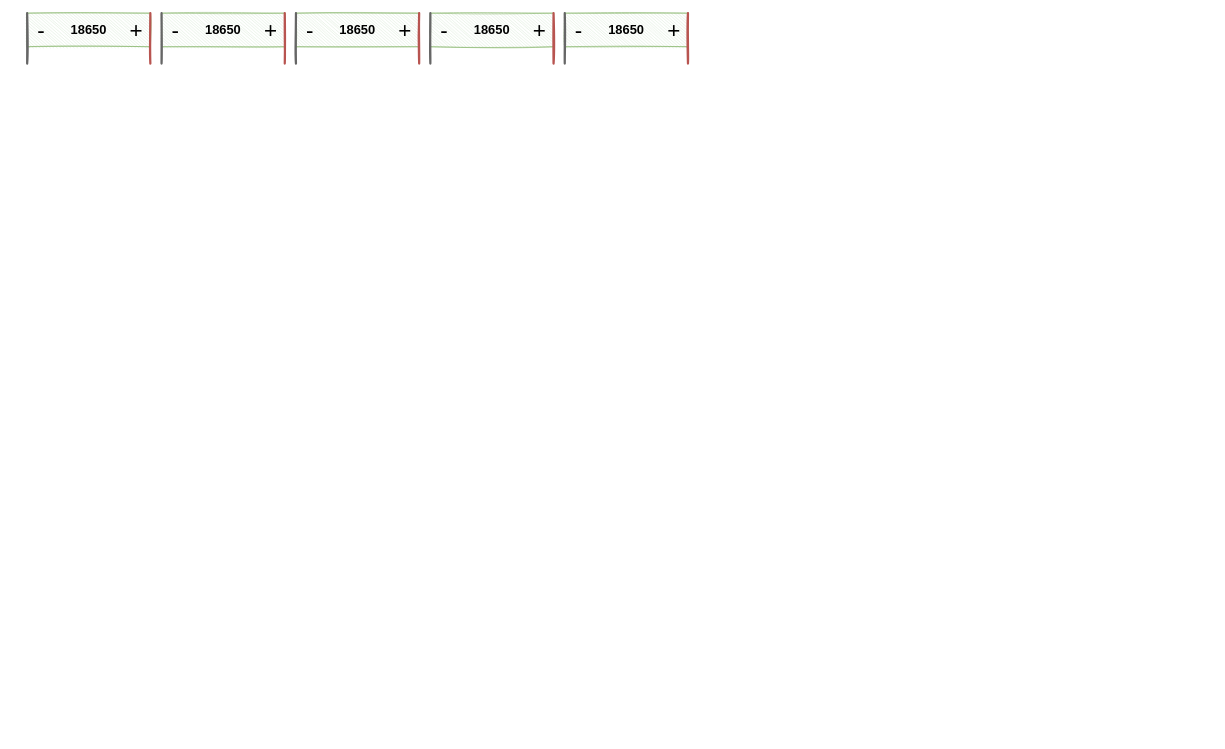
The draw.io diagram cyber.drawio in DoggeBoi/Led_matirx-_clock, before the edit. Source tidied: cells renumbered, new cells numbered last; positions are measured from the earlier drawing's top-left corner, leaving out a move shared by most shapes. Both pictures are drawn from the tidied source at 56%, with x=0, y=0 at pixel (27, 13).
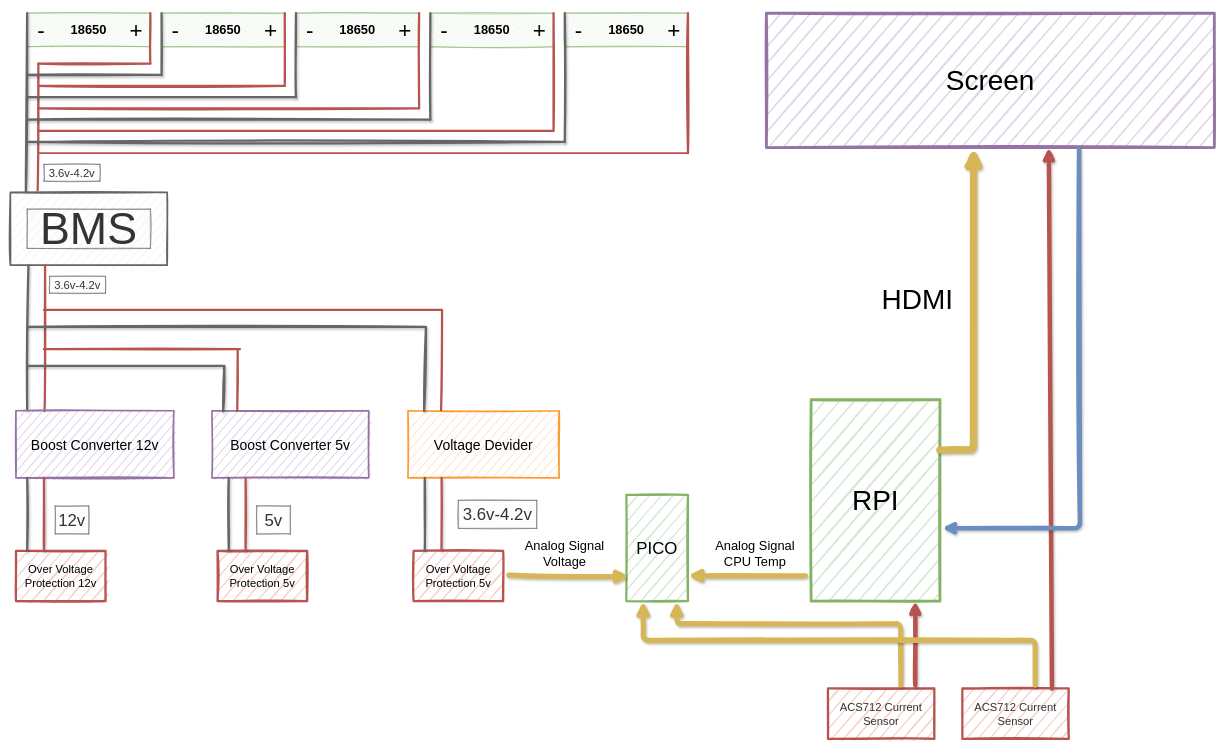
After the change.

Diff of the diagram source:
```diff
@@
-    <mxCell id="6" style="endArrow=none;html=1;strokeWidth=4;sketch=1;fillColor=#f5f5f5;strokeColor=#666666;" parent="1" edge="1">
+    <mxCell id="6" style="endArrow=none;html=1;strokeWidth=4;sketch=1;fillColor=#f5f5f5;strokeColor=#666666;shadow=1;exitX=0.099;exitY=-0.005;exitDx=0;exitDy=0;exitPerimeter=0;" parent="1" edge="1" source="27">
       <mxGeometry relative="1" as="geometry">
-        <mxPoint y="90" as="sourcePoint" />
         <mxPoint as="targetPoint" />
       </mxGeometry>
     </mxCell>
@@
     <mxCell id="10" style="endArrow=none;html=1;strokeWidth=4;sketch=1;fillColor=#f8cecc;strokeColor=#b85450;" parent="1" edge="1">
       <mxGeometry relative="1" as="geometry">
-        <mxPoint x="460" y="90" as="sourcePoint" />
+        <mxPoint x="460" y="130" as="sourcePoint" />
         <mxPoint x="460" as="targetPoint" />
       </mxGeometry>
     </mxCell>
-    <mxCell id="11" style="endArrow=none;html=1;strokeWidth=4;sketch=1;fillColor=#f5f5f5;strokeColor=#666666;" parent="1" edge="1">
+    <mxCell id="11" style="endArrow=none;html=1;strokeWidth=4;sketch=1;fillColor=#f5f5f5;strokeColor=#666666;shadow=1;" parent="1" edge="1">
       <mxGeometry relative="1" as="geometry">
-        <mxPoint x="240" y="90" as="sourcePoint" />
+        <mxPoint x="240" y="110" as="sourcePoint" />
         <mxPoint x="240" as="targetPoint" />
       </mxGeometry>
     </mxCell>
@@
     <mxCell id="15" style="endArrow=none;html=1;strokeWidth=4;sketch=1;fillColor=#f8cecc;strokeColor=#b85450;" parent="1" edge="1">
       <mxGeometry relative="1" as="geometry">
-        <mxPoint x="700" y="90" as="sourcePoint" />
+        <mxPoint x="700" y="170" as="sourcePoint" />
         <mxPoint x="700" as="targetPoint" />
       </mxGeometry>
     </mxCell>
-    <mxCell id="16" style="endArrow=none;html=1;strokeWidth=4;sketch=1;fillColor=#f5f5f5;strokeColor=#666666;" parent="1" edge="1">
+    <mxCell id="16" style="endArrow=none;html=1;strokeWidth=4;sketch=1;fillColor=#f5f5f5;strokeColor=#666666;shadow=1;" parent="1" edge="1">
       <mxGeometry relative="1" as="geometry">
-        <mxPoint x="480" y="90" as="sourcePoint" />
+        <mxPoint x="480" y="150" as="sourcePoint" />
         <mxPoint x="480" as="targetPoint" />
       </mxGeometry>
     </mxCell>
@@
     <mxCell id="20" style="endArrow=none;html=1;strokeWidth=4;sketch=1;fillColor=#f8cecc;strokeColor=#b85450;" parent="1" edge="1">
       <mxGeometry relative="1" as="geometry">
-        <mxPoint x="940" y="90" as="sourcePoint" />
+        <mxPoint x="940" y="210" as="sourcePoint" />
         <mxPoint x="940" as="targetPoint" />
       </mxGeometry>
     </mxCell>
-    <mxCell id="21" style="endArrow=none;html=1;strokeWidth=4;sketch=1;fillColor=#f5f5f5;strokeColor=#666666;" parent="1" edge="1">
+    <mxCell id="21" style="endArrow=none;html=1;strokeWidth=4;sketch=1;fillColor=#f5f5f5;strokeColor=#666666;shadow=1;" parent="1" edge="1">
       <mxGeometry relative="1" as="geometry">
-        <mxPoint x="720" y="90" as="sourcePoint" />
+        <mxPoint x="720" y="190" as="sourcePoint" />
         <mxPoint x="720" as="targetPoint" />
       </mxGeometry>
     </mxCell>
@@
     <mxCell id="25" style="endArrow=none;html=1;strokeWidth=4;sketch=1;fillColor=#f8cecc;strokeColor=#b85450;" parent="1" edge="1">
       <mxGeometry relative="1" as="geometry">
-        <mxPoint x="1180" y="90" as="sourcePoint" />
+        <mxPoint x="1180" y="250" as="sourcePoint" />
         <mxPoint x="1180" as="targetPoint" />
       </mxGeometry>
     </mxCell>
-    <mxCell id="26" style="endArrow=none;html=1;strokeWidth=4;sketch=1;fillColor=#f5f5f5;strokeColor=#666666;" parent="1" edge="1">
+    <mxCell id="26" style="endArrow=none;html=1;strokeWidth=4;sketch=1;fillColor=#f5f5f5;strokeColor=#666666;shadow=1;" parent="1" edge="1">
       <mxGeometry relative="1" as="geometry">
-        <mxPoint x="960" y="90" as="sourcePoint" />
+        <mxPoint x="960" y="230" as="sourcePoint" />
         <mxPoint x="960" as="targetPoint" />
       </mxGeometry>
     </mxCell>
+    <mxCell id="27" style="rounded=0;whiteSpace=wrap;html=1;sketch=1;strokeWidth=3;strokeColor=#666666;fontColor=#333333;fillColor=#f5f5f5;" parent="1" vertex="1">
+      <mxGeometry x="-30" y="320" width="280" height="130" as="geometry" />
+    </mxCell>
+    <mxCell id="28" style="endArrow=none;html=1;strokeWidth=4;sketch=1;fillColor=#f8cecc;strokeColor=#b85450;exitX=0.174;exitY=-0.028;exitDx=0;exitDy=0;exitPerimeter=0;" parent="1" edge="1" source="27">
+      <mxGeometry relative="1" as="geometry">
+        <mxPoint x="20" y="90" as="targetPoint" />
+      </mxGeometry>
+    </mxCell>
+    <mxCell id="29" style="endArrow=none;html=1;strokeWidth=4;sketch=1;fillColor=#f8cecc;strokeColor=#b85450;" parent="1" edge="1">
+      <mxGeometry relative="1" as="geometry">
+        <mxPoint x="20" y="90" as="sourcePoint" />
+        <mxPoint x="220" y="90" as="targetPoint" />
+      </mxGeometry>
+    </mxCell>
+    <mxCell id="30" style="endArrow=none;html=1;strokeWidth=4;sketch=1;fillColor=#f5f5f5;strokeColor=#666666;shadow=1;" parent="1" edge="1">
+      <mxGeometry relative="1" as="geometry">
+        <mxPoint y="110" as="sourcePoint" />
+        <mxPoint x="240" y="110" as="targetPoint" />
+      </mxGeometry>
+    </mxCell>
+    <mxCell id="31" style="endArrow=none;html=1;strokeWidth=4;sketch=1;fillColor=#f8cecc;strokeColor=#b85450;" parent="1" edge="1">
+      <mxGeometry relative="1" as="geometry">
+        <mxPoint x="20" y="130" as="sourcePoint" />
+        <mxPoint x="460" y="130" as="targetPoint" />
+      </mxGeometry>
+    </mxCell>
+    <mxCell id="32" style="endArrow=none;html=1;strokeWidth=4;sketch=1;fillColor=#f5f5f5;strokeColor=#666666;shadow=1;" parent="1" edge="1">
+      <mxGeometry relative="1" as="geometry">
+        <mxPoint y="150" as="sourcePoint" />
+        <mxPoint x="480" y="150" as="targetPoint" />
+      </mxGeometry>
+    </mxCell>
+    <mxCell id="33" style="endArrow=none;html=1;strokeWidth=4;sketch=1;fillColor=#f8cecc;strokeColor=#b85450;" parent="1" edge="1">
+      <mxGeometry relative="1" as="geometry">
+        <mxPoint x="20" y="170" as="sourcePoint" />
+        <mxPoint x="700" y="170" as="targetPoint" />
+      </mxGeometry>
+    </mxCell>
+    <mxCell id="34" style="endArrow=none;html=1;strokeWidth=4;sketch=1;fillColor=#f5f5f5;strokeColor=#666666;shadow=1;" parent="1" edge="1">
+      <mxGeometry relative="1" as="geometry">
+        <mxPoint y="190" as="sourcePoint" />
+        <mxPoint x="720" y="190" as="targetPoint" />
+      </mxGeometry>
+    </mxCell>
+    <mxCell id="35" style="endArrow=none;html=1;strokeWidth=4;sketch=1;fillColor=#f8cecc;strokeColor=#b85450;" parent="1" edge="1">
+      <mxGeometry relative="1" as="geometry">
+        <mxPoint x="20" y="210" as="sourcePoint" />
+        <mxPoint x="940" y="210" as="targetPoint" />
+      </mxGeometry>
+    </mxCell>
+    <mxCell id="36" style="endArrow=none;html=1;strokeWidth=4;sketch=1;fillColor=#f5f5f5;strokeColor=#666666;shadow=1;" parent="1" edge="1">
+      <mxGeometry relative="1" as="geometry">
+        <mxPoint y="230" as="sourcePoint" />
+        <mxPoint x="960" y="230" as="targetPoint" />
+      </mxGeometry>
+    </mxCell>
+    <mxCell id="37" style="endArrow=none;html=1;strokeWidth=3;sketch=1;fillColor=#f8cecc;strokeColor=#b85450;" parent="1" edge="1">
+      <mxGeometry relative="1" as="geometry">
+        <mxPoint x="20" y="250" as="sourcePoint" />
+        <mxPoint x="1180" y="250" as="targetPoint" />
+      </mxGeometry>
+    </mxCell>
+    <mxCell id="38" value="&lt;font style=&quot;font-size: 80px&quot;&gt;BMS&lt;/font&gt;" style="text;html=1;strokeColor=#666666;fillColor=#f5f5f5;align=center;verticalAlign=middle;whiteSpace=wrap;rounded=0;sketch=1;fontColor=#333333;" parent="1" vertex="1">
+      <mxGeometry y="350" width="220" height="70" as="geometry" />
+    </mxCell>
+    <mxCell id="39" value="&lt;font style=&quot;font-size: 20px&quot;&gt;3.6v-4.2v&lt;/font&gt;" style="text;html=1;strokeColor=#666666;fillColor=#f5f5f5;align=center;verticalAlign=middle;whiteSpace=wrap;rounded=0;sketch=1;fontColor=#333333;" parent="1" vertex="1">
+      <mxGeometry x="30" y="270" width="100" height="30" as="geometry" />
+    </mxCell>
+    <mxCell id="40" value="&lt;font style=&quot;font-size: 25px&quot;&gt;Boost Converter 5v&lt;/font&gt;" style="rounded=0;whiteSpace=wrap;html=1;sketch=1;strokeWidth=3;strokeColor=#9673a6;fillColor=#e1d5e7;" parent="1" vertex="1">
+      <mxGeometry x="330" y="710" width="280" height="120" as="geometry" />
+    </mxCell>
+    <mxCell id="41" style="endArrow=none;html=1;strokeWidth=4;sketch=1;fillColor=#f5f5f5;strokeColor=#666666;shadow=1;exitX=0.071;exitY=-0.008;exitDx=0;exitDy=0;exitPerimeter=0;" parent="1" edge="1" source="48">
+      <mxGeometry relative="1" as="geometry">
+        <mxPoint x="2.3" y="450" as="targetPoint" />
+      </mxGeometry>
+    </mxCell>
+    <mxCell id="42" style="endArrow=none;html=1;strokeWidth=4;sketch=1;fillColor=#f5f5f5;strokeColor=#666666;shadow=1;exitX=0.071;exitY=0.008;exitDx=0;exitDy=0;exitPerimeter=0;" parent="1" edge="1" source="40">
+      <mxGeometry relative="1" as="geometry">
+        <mxPoint x="352" y="630" as="targetPoint" />
+      </mxGeometry>
+    </mxCell>
+    <mxCell id="43" style="endArrow=none;html=1;strokeWidth=4;sketch=1;fillColor=#f8cecc;strokeColor=#b85450;shadow=0;exitX=0.161;exitY=0;exitDx=0;exitDy=0;exitPerimeter=0;" parent="1" edge="1" source="40">
+      <mxGeometry relative="1" as="geometry">
+        <mxPoint x="376" y="600" as="targetPoint" />
+      </mxGeometry>
+    </mxCell>
+    <mxCell id="44" style="endArrow=none;html=1;strokeWidth=4;sketch=1;fillColor=#f8cecc;strokeColor=#b85450;shadow=0;" parent="1" edge="1">
+      <mxGeometry relative="1" as="geometry">
+        <mxPoint x="30" y="600" as="sourcePoint" />
+        <mxPoint x="380" y="600" as="targetPoint" />
+      </mxGeometry>
+    </mxCell>
+    <mxCell id="45" style="endArrow=none;html=1;strokeWidth=4;sketch=1;fillColor=#f8cecc;strokeColor=#b85450;shadow=0;exitX=0.181;exitY=0.008;exitDx=0;exitDy=0;exitPerimeter=0;" parent="1" edge="1" source="48">
+      <mxGeometry relative="1" as="geometry">
+        <mxPoint x="32" y="450" as="targetPoint" />
+      </mxGeometry>
+    </mxCell>
+    <mxCell id="46" style="endArrow=none;html=1;strokeWidth=4;sketch=1;fillColor=#f5f5f5;strokeColor=#666666;shadow=1;" parent="1" edge="1">
+      <mxGeometry relative="1" as="geometry">
+        <mxPoint y="630" as="sourcePoint" />
+        <mxPoint x="350" y="630" as="targetPoint" />
+      </mxGeometry>
+    </mxCell>
+    <mxCell id="47" value="&lt;font style=&quot;font-size: 20px&quot;&gt;3.6v-4.2v&lt;/font&gt;" style="text;html=1;strokeColor=#666666;fillColor=#f5f5f5;align=center;verticalAlign=middle;whiteSpace=wrap;rounded=0;sketch=1;fontColor=#333333;" parent="1" vertex="1">
+      <mxGeometry x="40" y="470" width="100" height="30" as="geometry" />
+    </mxCell>
+    <mxCell id="48" value="&lt;font style=&quot;font-size: 25px&quot;&gt;Boost Converter 12v&lt;/font&gt;" style="rounded=0;whiteSpace=wrap;html=1;sketch=1;strokeWidth=3;strokeColor=#9673a6;fillColor=#e1d5e7;" parent="1" vertex="1">
+      <mxGeometry x="-20" y="710" width="282" height="120" as="geometry" />
+    </mxCell>
+    <mxCell id="49" style="endArrow=none;html=1;strokeWidth=4;sketch=1;fillColor=#f8cecc;strokeColor=#b85450;shadow=0;" parent="1" edge="1">
+      <mxGeometry relative="1" as="geometry">
+        <mxPoint x="30" y="530" as="sourcePoint" />
+        <mxPoint x="740" y="530" as="targetPoint" />
+      </mxGeometry>
+    </mxCell>
+    <mxCell id="50" style="endArrow=none;html=1;strokeWidth=4;sketch=1;fillColor=#f5f5f5;strokeColor=#666666;shadow=1;" parent="1" edge="1">
+      <mxGeometry relative="1" as="geometry">
+        <mxPoint y="560" as="sourcePoint" />
+        <mxPoint x="710" y="560" as="targetPoint" />
+      </mxGeometry>
+    </mxCell>
+    <mxCell id="51" value="&lt;font style=&quot;font-size: 25px&quot;&gt;Voltage Devider&lt;/font&gt;" style="rounded=0;whiteSpace=wrap;html=1;sketch=1;strokeWidth=3;fillColor=#ffe6cc;strokeColor=#FF9933;" parent="1" vertex="1">
+      <mxGeometry x="680" y="710" width="270" height="120" as="geometry" />
+    </mxCell>
+    <mxCell id="52" style="endArrow=none;html=1;strokeWidth=4;sketch=1;fillColor=#f8cecc;strokeColor=#b85450;shadow=0;exitX=0.219;exitY=-0.008;exitDx=0;exitDy=0;exitPerimeter=0;" parent="1" edge="1" source="51">
+      <mxGeometry relative="1" as="geometry">
+        <mxPoint x="740.9" y="530" as="targetPoint" />
+      </mxGeometry>
+    </mxCell>
+    <mxCell id="53" style="endArrow=none;html=1;strokeWidth=4;sketch=1;fillColor=#f5f5f5;strokeColor=#666666;shadow=1;exitX=0.107;exitY=0;exitDx=0;exitDy=0;exitPerimeter=0;" parent="1" edge="1" source="51">
+      <mxGeometry relative="1" as="geometry">
+        <mxPoint x="712.1" y="560" as="targetPoint" />
+      </mxGeometry>
+    </mxCell>
+    <mxCell id="54" value="&lt;font style=&quot;font-size: 50px&quot;&gt;RPI&lt;/font&gt;" style="rounded=0;whiteSpace=wrap;html=1;sketch=1;strokeWidth=5;fillColor=#d5e8d4;strokeColor=#82b366;" parent="1" vertex="1">
+      <mxGeometry x="1400" y="690" width="230" height="360" as="geometry" />
+    </mxCell>
+    <mxCell id="55" value="&lt;font style=&quot;font-size: 30px&quot;&gt;PICO&lt;/font&gt;" style="rounded=0;whiteSpace=wrap;html=1;sketch=1;strokeWidth=4;fillColor=#d5e8d4;strokeColor=#82b366;" parent="1" vertex="1">
+      <mxGeometry x="1070" y="860" width="110" height="190" as="geometry" />
+    </mxCell>
+    <mxCell id="56" value="&lt;font style=&quot;font-size: 20px&quot;&gt;Over Voltage Protection 12v&lt;/font&gt;" style="rounded=0;whiteSpace=wrap;html=1;sketch=1;strokeColor=#b85450;strokeWidth=4;fillColor=#f8cecc;" parent="1" vertex="1">
+      <mxGeometry x="-20" y="960" width="160" height="90" as="geometry" />
+    </mxCell>
+    <mxCell id="57" style="endArrow=none;html=1;strokeWidth=4;sketch=1;fillColor=#f5f5f5;strokeColor=#666666;shadow=1;" parent="1" edge="1">
+      <mxGeometry relative="1" as="geometry">
+        <mxPoint y="960" as="sourcePoint" />
+        <mxPoint y="830" as="targetPoint" />
+      </mxGeometry>
+    </mxCell>
+    <mxCell id="58" style="endArrow=none;html=1;strokeWidth=4;sketch=1;fillColor=#f8cecc;strokeColor=#b85450;shadow=1;" parent="1" edge="1">
+      <mxGeometry relative="1" as="geometry">
+        <mxPoint x="30" y="960" as="sourcePoint" />
+        <mxPoint x="30" y="830" as="targetPoint" />
+      </mxGeometry>
+    </mxCell>
+    <mxCell id="59" value="&lt;font style=&quot;font-size: 20px&quot;&gt;Over Voltage Protection 5v&lt;/font&gt;" style="rounded=0;whiteSpace=wrap;html=1;sketch=1;strokeColor=#b85450;strokeWidth=4;fillColor=#f8cecc;" parent="1" vertex="1">
+      <mxGeometry x="340" y="960" width="160" height="90" as="geometry" />
+    </mxCell>
+    <mxCell id="60" style="endArrow=none;html=1;strokeWidth=4;sketch=1;fillColor=#f5f5f5;strokeColor=#666666;shadow=1;" parent="1" edge="1">
+      <mxGeometry relative="1" as="geometry">
+        <mxPoint x="360" y="960" as="sourcePoint" />
+        <mxPoint x="360" y="830" as="targetPoint" />
+      </mxGeometry>
+    </mxCell>
+    <mxCell id="61" style="endArrow=none;html=1;strokeWidth=4;sketch=1;fillColor=#f8cecc;strokeColor=#b85450;shadow=1;" parent="1" edge="1">
+      <mxGeometry relative="1" as="geometry">
+        <mxPoint x="390" y="960" as="sourcePoint" />
+        <mxPoint x="390" y="830" as="targetPoint" />
+      </mxGeometry>
+    </mxCell>
+    <mxCell id="62" value="&lt;font style=&quot;font-size: 20px&quot;&gt;Over Voltage Protection 5v&lt;/font&gt;" style="rounded=0;whiteSpace=wrap;html=1;sketch=1;strokeColor=#b85450;strokeWidth=4;fillColor=#f8cecc;" parent="1" vertex="1">
+      <mxGeometry x="690" y="960" width="160" height="90" as="geometry" />
+    </mxCell>
+    <mxCell id="63" style="endArrow=none;html=1;strokeWidth=4;sketch=1;fillColor=#f5f5f5;strokeColor=#666666;shadow=1;" parent="1" edge="1">
+      <mxGeometry relative="1" as="geometry">
+        <mxPoint x="710" y="960" as="sourcePoint" />
+        <mxPoint x="710" y="830" as="targetPoint" />
+      </mxGeometry>
+    </mxCell>
+    <mxCell id="64" style="endArrow=none;html=1;strokeWidth=4;sketch=1;fillColor=#f8cecc;strokeColor=#b85450;shadow=1;" parent="1" edge="1">
+      <mxGeometry relative="1" as="geometry">
+        <mxPoint x="740" y="960" as="sourcePoint" />
+        <mxPoint x="740" y="830" as="targetPoint" />
+      </mxGeometry>
+    </mxCell>
+    <mxCell id="65" value="&lt;font style=&quot;font-size: 30px&quot;&gt;12v&lt;/font&gt;" style="text;html=1;strokeColor=#666666;fillColor=#f5f5f5;align=center;verticalAlign=middle;whiteSpace=wrap;rounded=0;sketch=1;fontColor=#333333;" parent="1" vertex="1">
+      <mxGeometry x="50" y="880" width="60" height="50" as="geometry" />
+    </mxCell>
+    <mxCell id="66" value="&lt;font style=&quot;font-size: 30px&quot;&gt;5v&lt;/font&gt;" style="text;html=1;strokeColor=#666666;fillColor=#f5f5f5;align=center;verticalAlign=middle;whiteSpace=wrap;rounded=0;sketch=1;fontColor=#333333;" parent="1" vertex="1">
+      <mxGeometry x="410" y="880" width="60" height="50" as="geometry" />
+    </mxCell>
+    <mxCell id="67" value="&lt;font style=&quot;font-size: 30px&quot;&gt;3.6v-4.2v&lt;/font&gt;" style="text;html=1;strokeColor=#666666;fillColor=#f5f5f5;align=center;verticalAlign=middle;whiteSpace=wrap;rounded=0;sketch=1;fontColor=#333333;" parent="1" vertex="1">
+      <mxGeometry x="770" y="870" width="140" height="50" as="geometry" />
+    </mxCell>
+    <mxCell id="68" value="&lt;font style=&quot;font-size: 50px&quot;&gt;Screen&lt;/font&gt;" style="rounded=0;whiteSpace=wrap;html=1;sketch=1;strokeWidth=5;fillColor=#e1d5e7;strokeColor=#9673a6;" parent="1" vertex="1">
+      <mxGeometry x="1320" width="800" height="240" as="geometry" />
+    </mxCell>
+    <mxCell id="69" style="endArrow=classic;html=1;shadow=1;strokeWidth=8;fillColor=#f8cecc;strokeColor=#b85450;sketch=1;entryX=0.693;entryY=1.017;entryDx=0;entryDy=0;entryPerimeter=0;" parent="1" edge="1">
+      <mxGeometry relative="1" as="geometry">
+        <mxPoint x="1830" y="1205.9" as="sourcePoint" />
+        <mxPoint x="1824.4" y="240" as="targetPoint" />
+      </mxGeometry>
+    </mxCell>
+    <mxCell id="70" style="endArrow=classic;html=1;shadow=1;strokeWidth=8;fillColor=#dae8fc;strokeColor=#6c8ebf;sketch=1;entryX=1.017;entryY=0.638;entryDx=0;entryDy=0;entryPerimeter=0;exitX=0.698;exitY=1.011;exitDx=0;exitDy=0;exitPerimeter=0;" parent="1" edge="1" source="68" target="54">
+      <mxGeometry relative="1" as="geometry">
+        <Array as="points">
+          <mxPoint x="1880" y="920" />
+        </Array>
+      </mxGeometry>
+    </mxCell>
+    <mxCell id="71" style="endArrow=classic;html=1;shadow=1;strokeWidth=13;fillColor=#fff2cc;strokeColor=#d6b656;sketch=1;exitX=1;exitY=0.25;exitDx=0;exitDy=0;" parent="1" edge="1" source="54">
+      <mxGeometry relative="1" as="geometry">
+        <mxPoint x="1690" y="240" as="targetPoint" />
+        <Array as="points">
+          <mxPoint x="1690" y="780" />
+        </Array>
+      </mxGeometry>
+    </mxCell>
+    <mxCell id="72" style="endArrow=classic;html=1;shadow=1;strokeWidth=9;fillColor=#fff2cc;strokeColor=#d6b656;sketch=1;" parent="1" edge="1">
+      <mxGeometry relative="1" as="geometry">
+        <mxPoint x="860" y="1003.5" as="sourcePoint" />
+        <mxPoint x="1075" y="1006.5" as="targetPoint" />
+      </mxGeometry>
+    </mxCell>
+    <mxCell id="73" value="&lt;font style=&quot;font-size: 23px&quot;&gt;Analog Signal&lt;br&gt;Voltage&lt;br&gt;&lt;/font&gt;" style="text;html=1;strokeColor=none;fillColor=none;align=center;verticalAlign=middle;whiteSpace=wrap;rounded=0;sketch=1;" parent="1" vertex="1">
+      <mxGeometry x="880" y="950" width="160" height="30" as="geometry" />
+    </mxCell>
+    <mxCell id="74" style="endArrow=classic;html=1;shadow=1;strokeWidth=9;fillColor=#fff2cc;strokeColor=#d6b656;sketch=1;" parent="1" edge="1">
+      <mxGeometry relative="1" as="geometry">
+        <mxPoint x="1390" y="1004.5" as="sourcePoint" />
+        <mxPoint x="1180" y="1004.5" as="targetPoint" />
+      </mxGeometry>
+    </mxCell>
+    <mxCell id="75" value="&lt;font style=&quot;font-size: 23px&quot;&gt;Analog Signal&lt;br&gt;CPU Temp&lt;br&gt;&lt;/font&gt;" style="text;html=1;strokeColor=none;fillColor=none;align=center;verticalAlign=middle;whiteSpace=wrap;rounded=0;sketch=1;" parent="1" vertex="1">
+      <mxGeometry x="1220" y="940" width="160" height="50" as="geometry" />
+    </mxCell>
+    <mxCell id="76" value="&lt;font&gt;&lt;font style=&quot;font-size: 50px&quot;&gt;HDMI&lt;/font&gt;&lt;br&gt;&lt;/font&gt;" style="text;html=1;strokeColor=none;fillColor=none;align=center;verticalAlign=middle;whiteSpace=wrap;rounded=0;sketch=1;" parent="1" vertex="1">
+      <mxGeometry x="1510" y="480" width="160" height="60" as="geometry" />
+    </mxCell>
+    <mxCell id="77" value="&lt;span style=&quot;color: rgb(51 , 51 , 51)&quot;&gt;&lt;font style=&quot;font-size: 20px&quot;&gt;ACS712 Current Sensor&lt;/font&gt;&lt;/span&gt;" style="rounded=0;whiteSpace=wrap;html=1;sketch=1;strokeColor=#b85450;strokeWidth=4;fillColor=#f8cecc;" parent="1" vertex="1">
+      <mxGeometry x="1430" y="1205.9" width="190" height="90" as="geometry" />
+    </mxCell>
+    <mxCell id="78" value="&lt;span style=&quot;color: rgb(51 , 51 , 51)&quot;&gt;&lt;font style=&quot;font-size: 20px&quot;&gt;ACS712 Current Sensor&lt;/font&gt;&lt;/span&gt;" style="rounded=0;whiteSpace=wrap;html=1;sketch=1;strokeColor=#b85450;strokeWidth=4;fillColor=#f8cecc;" parent="1" vertex="1">
+      <mxGeometry x="1670" y="1205.9" width="190" height="90" as="geometry" />
+    </mxCell>
+    <mxCell id="79" style="endArrow=classic;html=1;shadow=1;strokeWidth=8;fillColor=#f8cecc;strokeColor=#b85450;sketch=1;" parent="1" edge="1">
+      <mxGeometry relative="1" as="geometry">
+        <mxPoint x="1586" y="1200" as="sourcePoint" />
+        <mxPoint x="1586" y="1050" as="targetPoint" />
+      </mxGeometry>
+    </mxCell>
+    <mxCell id="80" style="edgeStyle=elbowEdgeStyle;elbow=vertical;endArrow=classic;html=1;shadow=1;strokeWidth=9;sketch=1;fillColor=#fff2cc;strokeColor=#d6b656;" parent="1" edge="1">
+      <mxGeometry relative="1" as="geometry">
+        <mxPoint x="1560" y="1200" as="sourcePoint" />
+        <mxPoint x="1160" y="1050" as="targetPoint" />
+        <Array as="points">
+          <mxPoint x="1370" y="1090" />
+        </Array>
+      </mxGeometry>
+    </mxCell>
+    <mxCell id="81" style="edgeStyle=elbowEdgeStyle;elbow=vertical;endArrow=classic;html=1;shadow=1;strokeWidth=9;sketch=1;fillColor=#fff2cc;strokeColor=#d6b656;" parent="1" edge="1">
+      <mxGeometry relative="1" as="geometry">
+        <mxPoint x="1800" y="1200" as="sourcePoint" />
+        <mxPoint x="1100" y="1050" as="targetPoint" />
+        <Array as="points">
+          <mxPoint x="1300" y="1120" />
+        </Array>
+      </mxGeometry>
+    </mxCell>
```
